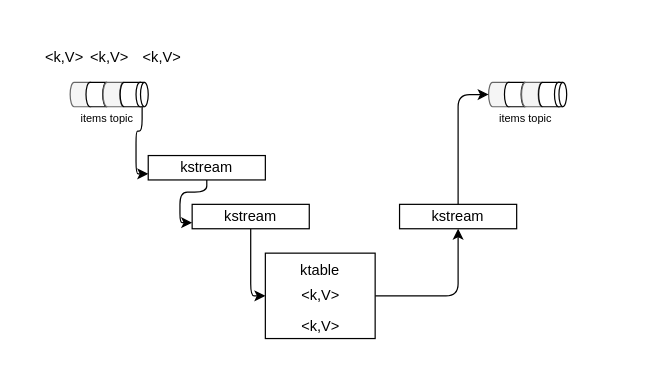
Above: docs/lab2/diagrams/stream-table.drawio in ibm-cloud-architecture/eda-tech-academy (draw.io), before the change. Source tidied: cells renumbered, new cells numbered last; positions are measured from the earlier drawing's top-left corner, leaving out a move shared by most shapes. Both pictures are drawn from the tidied source at 122%, with x=0, y=0 at pixel (33, 45). Pictures stored in the file or linked from it are replaced by grey dashed boxes.
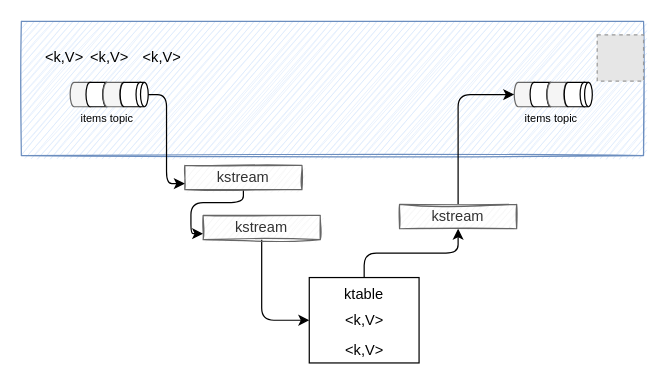
The same page after the edit.

Commit message (it also covers changes not shown here):
tune exercise 2 with new diagram and  explanations

What changed in the source:
```diff
@@
+    <mxCell id="32" style="rounded=0;whiteSpace=wrap;html=1;sketch=1;fillColor=#dae8fc;strokeColor=#6c8ebf;" parent="1" vertex="1">
+      <mxGeometry x="-10" y="-20" width="510" height="110" as="geometry" />
+    </mxCell>
@@
     <mxCell id="10" style="group;" parent="1" vertex="1">
-      <mxGeometry x="373" y="30" width="64" height="40" as="geometry" />
+      <mxGeometry x="394" y="30" width="64" height="40" as="geometry" />
     </mxCell>
@@
-    <mxCell id="19" value="kstream" style="rounded=0;whiteSpace=wrap;html=1;shadow=0;" parent="1" vertex="1">
-      <mxGeometry x="94" y="90" width="96" height="20" as="geometry" />
+    <mxCell id="19" value="kstream" style="rounded=0;whiteSpace=wrap;html=1;shadow=0;fillColor=#f5f5f5;fontColor=#333333;strokeColor=#666666;sketch=1;" parent="1" vertex="1">
+      <mxGeometry x="124" y="98" width="96" height="20" as="geometry" />
     </mxCell>
@@
-    <mxCell id="22" value="kstream" style="rounded=0;whiteSpace=wrap;html=1;shadow=0;" parent="1" vertex="1">
-      <mxGeometry x="130" y="130" width="96" height="20" as="geometry" />
+    <mxCell id="22" value="kstream" style="rounded=0;whiteSpace=wrap;html=1;shadow=0;fillColor=#f5f5f5;fontColor=#333333;strokeColor=#666666;sketch=1;" parent="1" vertex="1">
+      <mxGeometry x="139" y="139" width="96" height="20" as="geometry" />
     </mxCell>
@@
     <mxCell id="27" value="ktable" style="rounded=0;whiteSpace=wrap;html=1;shadow=0;verticalAlign=top;" parent="1" vertex="1">
-      <mxGeometry x="190" y="170" width="90" height="70" as="geometry" />
+      <mxGeometry x="226" y="190" width="90" height="70" as="geometry" />
     </mxCell>
     <mxCell id="28" value="&amp;lt;k,V&amp;gt;" style="text;html=1;align=center;verticalAlign=middle;strokeColor=none;fillColor=none;" parent="1" vertex="1">
-      <mxGeometry x="210" y="195" width="50" height="20" as="geometry" />
+      <mxGeometry x="246" y="215" width="50" height="20" as="geometry" />
     </mxCell>
     <mxCell id="29" value="&amp;lt;k,V&amp;gt;" style="text;html=1;align=center;verticalAlign=middle;strokeColor=none;fillColor=none;" parent="1" vertex="1">
-      <mxGeometry x="210" y="220" width="50" height="20" as="geometry" />
+      <mxGeometry x="246" y="240" width="50" height="20" as="geometry" />
     </mxCell>
@@
-    <mxCell id="31" value="kstream" style="rounded=0;whiteSpace=wrap;html=1;shadow=0;" parent="1" vertex="1">
+    <mxCell id="31" value="kstream" style="rounded=0;whiteSpace=wrap;html=1;shadow=0;fillColor=#f5f5f5;fontColor=#333333;strokeColor=#666666;sketch=1;" parent="1" vertex="1">
       <mxGeometry x="300" y="130" width="96" height="20" as="geometry" />
     </mxCell>
+    <mxCell id="33" style="fillColor=#E6E6E6;strokeColor=#999999;dashed=1;verticalLabelPosition=bottom;labelBackgroundColor=#ffffff;verticalAlign=top;" parent="1" vertex="1">
+      <mxGeometry x="462" y="-9" width="38" height="38" as="geometry" />
+    </mxCell>
```
